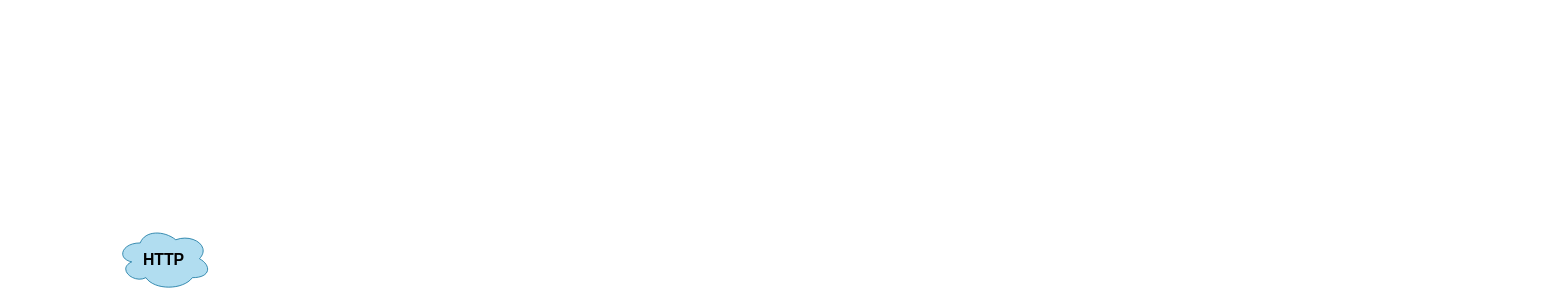
Earlier version of the draw.io diagram computer-networking/protocols/hypertext-transfer-protocol/http.dio (knkrn5/Programming-Concepts). Source tidied: cells renumbered, new cells numbered last; positions are measured from the earlier drawing's top-left corner, leaving out a move shared by most shapes. Both pictures are drawn from the tidied source at 79%, with x=0, y=0 at pixel (116, 227).
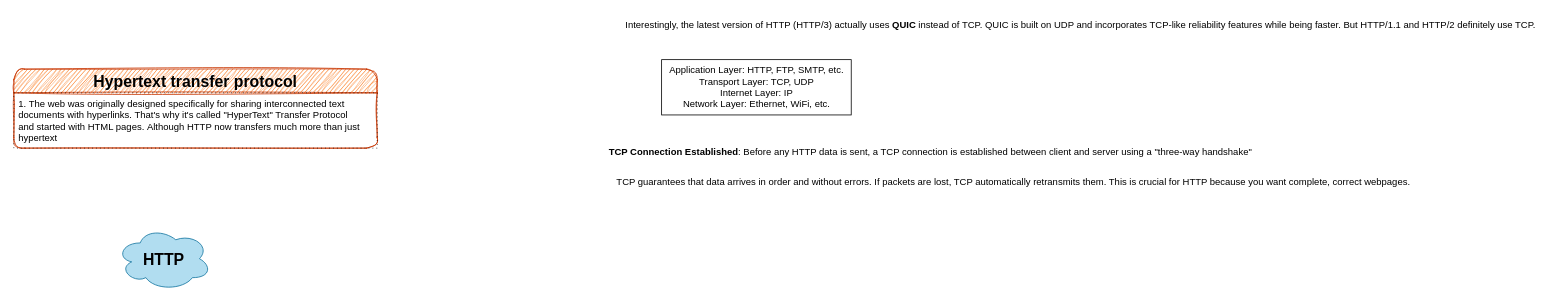
The same diagram, later.

The edit, as a diff of the source:
```diff
@@
 <mxGraphModel>
   <root>
     <mxCell id="0" />
     <mxCell id="1" parent="0" />
     <mxCell id="2" value="&lt;b&gt;&lt;font style=&quot;font-size: 20px;&quot;&gt;HTTP&lt;/font&gt;&lt;/b&gt;" style="ellipse;shape=cloud;whiteSpace=wrap;html=1;fillColor=#b1ddf0;strokeColor=#10739e;" parent="1" vertex="1">
       <mxGeometry width="120" height="80" as="geometry" />
     </mxCell>
+    <mxCell id="3" value="&lt;b&gt;&lt;font style=&quot;font-size: 20px;&quot;&gt;Hypertext transfer protocol&lt;/font&gt;&lt;/b&gt;" style="swimlane;fontStyle=0;horizontal=1;startSize=30;whiteSpace=wrap;html=1;rounded=1;fillColor=#fa6800;fontColor=#000000;strokeColor=#C73500;sketch=1;curveFitting=1;jiggle=2;" parent="1" vertex="1">
+      <mxGeometry x="-130" y="-200" width="460" height="100" as="geometry" />
+    </mxCell>
+    <mxCell id="4" value="1.&amp;nbsp;The web was originally designed specifically for sharing interconnected text documents with hyperlinks. That's why it's called &quot;HyperText&quot; Transfer Protocol and&amp;nbsp;started with HTML pages.&amp;nbsp;Although HTTP now transfers much more than just hypertext" style="text;strokeColor=default;fillColor=none;align=left;verticalAlign=middle;spacingLeft=4;spacingRight=4;overflow=hidden;whiteSpace=wrap;html=1;dashed=1;dashPattern=1 4;" parent="3" vertex="1">
+      <mxGeometry y="30" width="460" height="70" as="geometry" />
+    </mxCell>
+    <mxCell id="5" value="Application Layer:  HTTP, FTP, SMTP, etc.&lt;br/&gt;Transport Layer:    TCP, UDP&lt;br/&gt;Internet Layer:     IP&lt;br/&gt;Network Layer:      Ethernet, WiFi, etc." style="text;html=1;align=center;verticalAlign=middle;strokeColor=default;fillColor=none;" parent="1" vertex="1">
+      <mxGeometry x="690" y="-212" width="240" height="70" as="geometry" />
+    </mxCell>
+    <mxCell id="6" value="&lt;strong&gt;TCP Connection Established&lt;/strong&gt;: Before any HTTP data is sent, a TCP connection is established between client and server using a &quot;three-way handshake&quot;" style="text;html=1;align=center;verticalAlign=middle;strokeColor=none;fillColor=none;" parent="1" vertex="1">
+      <mxGeometry x="610" y="-110" width="840" height="30" as="geometry" />
+    </mxCell>
+    <mxCell id="7" value="TCP guarantees that data arrives in order and without errors. If packets are lost, TCP automatically retransmits them. This is crucial for HTTP because you want complete, correct webpages." style="text;html=1;align=center;verticalAlign=middle;strokeColor=none;fillColor=none;" parent="1" vertex="1">
+      <mxGeometry x="620" y="-72" width="1030" height="30" as="geometry" />
+    </mxCell>
+    <mxCell id="8" value="Interestingly, the latest version of HTTP (HTTP/3) actually uses &lt;strong&gt;QUIC&lt;/strong&gt; instead of TCP. QUIC is built on UDP and incorporates TCP-like reliability features while being faster. But HTTP/1.1 and HTTP/2 definitely use TCP." style="text;html=1;align=center;verticalAlign=middle;strokeColor=none;fillColor=none;" parent="1" vertex="1">
+      <mxGeometry x="630" y="-270" width="1180" height="30" as="geometry" />
+    </mxCell>
   </root>
 </mxGraphModel>
```
